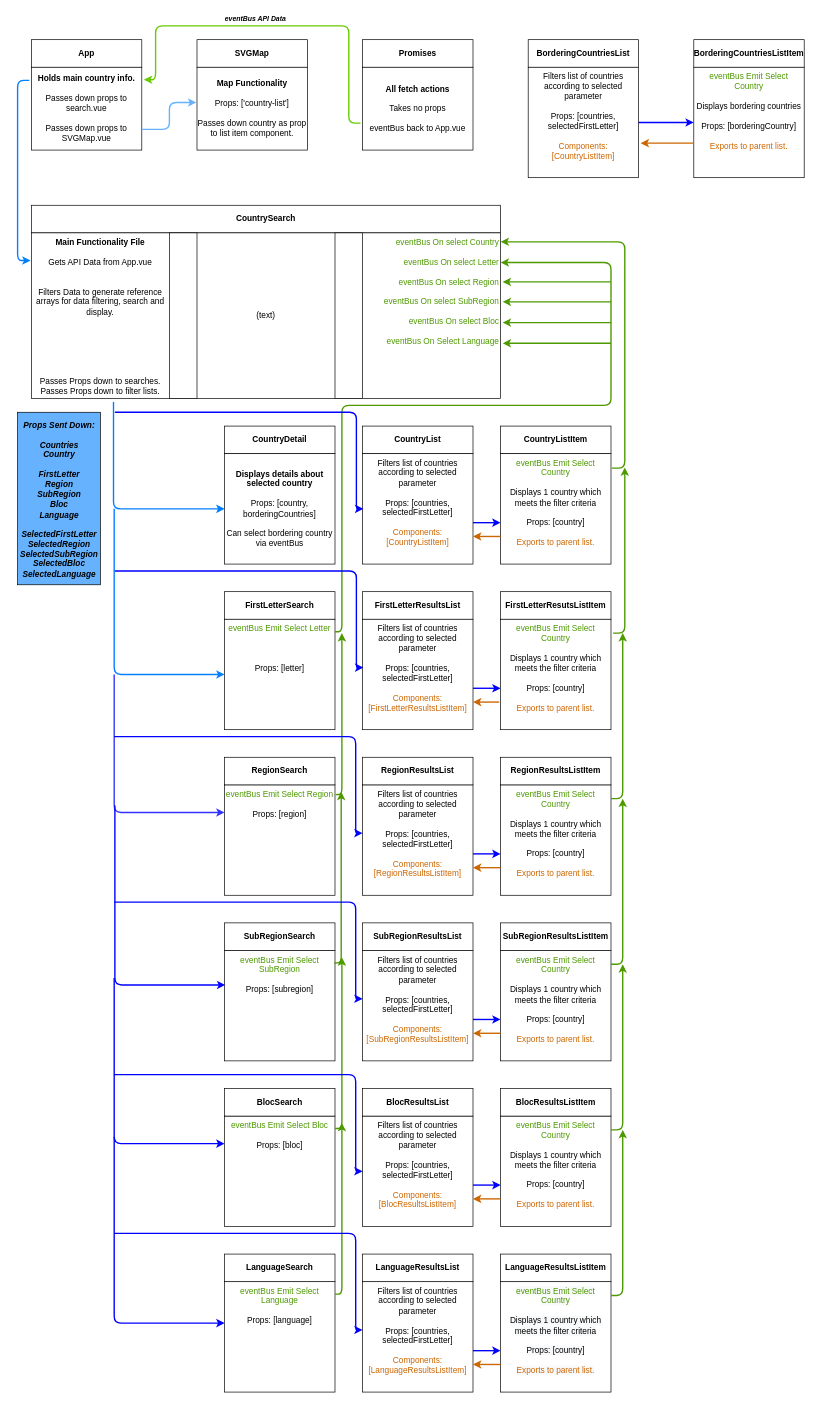
This is Untitled Diagram.drawio from mjmccoach/geoexplorers, a draw.io file, before an edit. Source tidied: cells renumbered, new cells numbered last; positions are measured from the earlier drawing's top-left corner, leaving out a move shared by most shapes. Both pictures are drawn from the tidied source at 69%, with x=0, y=0 at pixel (17, 12).
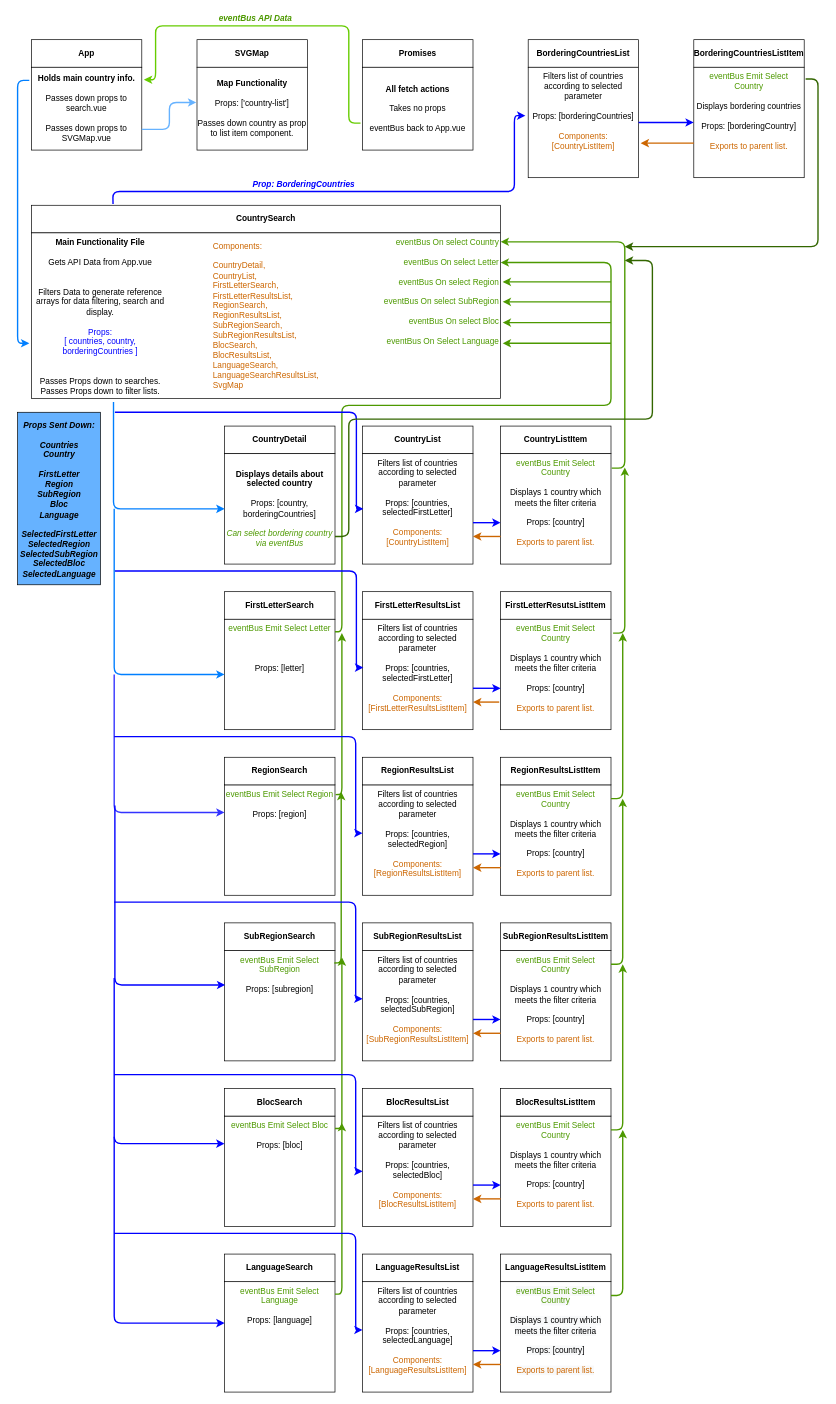
Above is the later version.

Unchanged cells that the change refers to:
```xml
<mxCell id="15" value="&lt;b&gt;Holds main country info.&lt;br&gt;&lt;/b&gt;&lt;br&gt;Passes down props to search.vue&lt;br&gt;&lt;br&gt;Passes down props to SVGMap.vue" style="text;html=1;strokeColor=none;fillColor=none;align=center;verticalAlign=middle;whiteSpace=wrap;rounded=0;" parent="1" vertex="1">
  <mxGeometry x="20" y="80" width="160" height="120" as="geometry" />
</mxCell>
<mxCell id="16" value="&lt;b&gt;Map Functionality&lt;br&gt;&lt;/b&gt;&lt;br&gt;Props: ['country-list']&lt;br&gt;&lt;br&gt;Passes down country as prop to list item component." style="text;html=1;strokeColor=none;fillColor=none;align=center;verticalAlign=middle;whiteSpace=wrap;rounded=0;" parent="1" vertex="1">
  <mxGeometry x="260" y="80" width="160" height="120" as="geometry" />
</mxCell>
<mxCell id="19" value="&lt;b&gt;CountrySearch&lt;/b&gt;" style="text;html=1;strokeColor=none;fillColor=none;align=center;verticalAlign=middle;whiteSpace=wrap;rounded=0;" parent="1" vertex="1">
  <mxGeometry x="20" y="280" width="680" height="40" as="geometry" />
</mxCell>
<mxCell id="72" value="&lt;span style=&quot;font-family: &amp;#34;helvetica&amp;#34; ; color: rgb(77 , 153 , 0)&quot;&gt;eventBus Emit Select Country&lt;br&gt;&lt;/span&gt;&lt;span style=&quot;font-family: &amp;#34;helvetica&amp;#34;&quot;&gt;&lt;br&gt;Displays bordering countries&lt;br&gt;&lt;br&gt;Props: [borderingCountry]&lt;br&gt;&lt;br&gt;&lt;font color=&quot;#cc6600&quot;&gt;Exports to parent list.&lt;/font&gt;&lt;/span&gt;" style="rounded=0;whiteSpace=wrap;html=1;verticalAlign=top;" parent="1" vertex="1">
  <mxGeometry x="980" y="80" width="160" height="160" as="geometry" />
</mxCell>
```

Change to the diagram source:
```diff
@@
-    <mxCell id="5" value="(text)" style="rounded=0;whiteSpace=wrap;html=1;" parent="1" vertex="1">
+    <mxCell id="5" value="&lt;div style=&quot;text-align: left&quot;&gt;&lt;div&gt;&lt;font color=&quot;#cc6600&quot;&gt;Components:&lt;/font&gt;&lt;/div&gt;&lt;div&gt;&lt;font color=&quot;#cc6600&quot;&gt;&lt;br&gt;&lt;/font&gt;&lt;/div&gt;&lt;div&gt;&lt;font color=&quot;#cc6600&quot;&gt;CountryDetail,&lt;/font&gt;&lt;/div&gt;&lt;div&gt;&lt;font color=&quot;#cc6600&quot;&gt;CountryList,&lt;/font&gt;&lt;/div&gt;&lt;div&gt;&lt;font color=&quot;#cc6600&quot;&gt;FirstLetterSearch,&lt;/font&gt;&lt;/div&gt;&lt;div&gt;&lt;font color=&quot;#cc6600&quot;&gt;FirstLetterResultsList,&lt;/font&gt;&lt;/div&gt;&lt;div&gt;&lt;font color=&quot;#cc6600&quot;&gt;RegionSearch,&lt;/font&gt;&lt;/div&gt;&lt;div&gt;&lt;font color=&quot;#cc6600&quot;&gt;RegionResultsList,&lt;/font&gt;&lt;/div&gt;&lt;div&gt;&lt;font color=&quot;#cc6600&quot;&gt;SubRegionSearch,&lt;/font&gt;&lt;/div&gt;&lt;div&gt;&lt;font color=&quot;#cc6600&quot;&gt;SubRegionResultsList,&lt;/font&gt;&lt;/div&gt;&lt;div&gt;&lt;font color=&quot;#cc6600&quot;&gt;BlocSearch,&lt;/font&gt;&lt;/div&gt;&lt;div&gt;&lt;font color=&quot;#cc6600&quot;&gt;BlocResultsList,&lt;/font&gt;&lt;/div&gt;&lt;div&gt;&lt;font color=&quot;#cc6600&quot;&gt;LanguageSearch,&lt;/font&gt;&lt;/div&gt;&lt;div&gt;&lt;font color=&quot;#cc6600&quot;&gt;LanguageSearchResultsList,&lt;/font&gt;&lt;/div&gt;&lt;div&gt;&lt;font color=&quot;#cc6600&quot;&gt;SvgMap&lt;/font&gt;&lt;/div&gt;&lt;/div&gt;" style="rounded=0;whiteSpace=wrap;html=1;" parent="1" vertex="1">
       <mxGeometry x="20" y="320" width="680" height="240" as="geometry" />
     </mxCell>
@@
-    <mxCell id="13" value="&lt;i&gt;&lt;font style=&quot;font-size: 10px&quot;&gt;eventBus API Data&lt;/font&gt;&lt;/i&gt;" style="text;html=1;strokeColor=none;fillColor=none;align=center;verticalAlign=middle;whiteSpace=wrap;rounded=0;fontStyle=1;" parent="1" vertex="1">
+    <mxCell id="13" value="&lt;i&gt;&lt;font style=&quot;font-size: 12px&quot; color=&quot;#4d9900&quot;&gt;eventBus API Data&lt;/font&gt;&lt;/i&gt;" style="text;html=1;strokeColor=none;fillColor=none;align=center;verticalAlign=middle;whiteSpace=wrap;rounded=0;fontStyle=1;" parent="1" vertex="1">
       <mxGeometry x="290" width="110" height="20" as="geometry" />
     </mxCell>
@@
-    <mxCell id="18" style="endArrow=classic;html=1;exitX=1;exitY=0.75;exitDx=0;exitDy=0;strokeWidth=2;strokeColor=#66B2FF;entryX=-0.006;entryY=0.425;entryDx=0;entryDy=0;entryPerimeter=0;" parent="1" edge="1" source="15" target="16">
+    <mxCell id="18" style="endArrow=classic;html=1;exitX=1;exitY=0.75;exitDx=0;exitDy=0;strokeWidth=2;strokeColor=#66B2FF;entryX=-0.006;entryY=0.425;entryDx=0;entryDy=0;entryPerimeter=0;fontColor=#0000FF;" parent="1" edge="1" source="15" target="16">
       <mxGeometry relative="1" as="geometry">
         <Array as="points">
           <mxPoint x="220" y="170" />
           <mxPoint x="220" y="131" />
         </Array>
       </mxGeometry>
     </mxCell>
@@
-    <mxCell id="20" value="&lt;b&gt;Main Functionality File&lt;/b&gt;&lt;br&gt;&lt;br&gt;Gets API Data from App.vue&lt;br&gt;&lt;br&gt;&lt;br&gt;Filters Data to generate reference arrays for data filtering, search and display.&lt;br&gt;&lt;br&gt;&lt;br&gt;&lt;br&gt;&lt;br&gt;&lt;br&gt;&lt;br&gt;Passes Props down to searches.&lt;br&gt;Passes Props down to filter lists." style="text;html=1;strokeColor=none;fillColor=none;align=center;verticalAlign=top;whiteSpace=wrap;rounded=0;" parent="1" vertex="1">
+    <mxCell id="20" value="&lt;b&gt;Main Functionality File&lt;/b&gt;&lt;br&gt;&lt;br&gt;Gets API Data from App.vue&lt;br&gt;&lt;br&gt;&lt;br&gt;Filters Data to generate reference arrays for data filtering, search and display.&lt;br&gt;&lt;br&gt;&lt;font color=&quot;#0000ff&quot;&gt;Props:&lt;br&gt;[ countries, country, borderingCountries ]&lt;/font&gt;&lt;br&gt;&lt;br&gt;&lt;br&gt;Passes Props down to searches.&lt;br&gt;Passes Props down to filter lists." style="text;html=1;strokeColor=none;fillColor=none;align=center;verticalAlign=top;whiteSpace=wrap;rounded=0;" parent="1" vertex="1">
       <mxGeometry x="20" y="320" width="200" height="240" as="geometry" />
     </mxCell>
-    <mxCell id="21" style="rounded=0;whiteSpace=wrap;html=1;" parent="1" vertex="1">
-      <mxGeometry x="220" y="320" width="40" height="240" as="geometry" />
-    </mxCell>
-    <mxCell id="22" style="endArrow=none;html=1;entryX=-0.019;entryY=0.158;entryDx=0;entryDy=0;entryPerimeter=0;exitX=-0.006;exitY=0.167;exitDx=0;exitDy=0;exitPerimeter=0;endFill=0;startArrow=classic;startFill=1;strokeWidth=2;strokeColor=#007FFF;" parent="1" edge="1" source="20" target="15">
+    <mxCell id="22" style="endArrow=none;html=1;entryX=-0.019;entryY=0.158;entryDx=0;entryDy=0;entryPerimeter=0;endFill=0;startArrow=classic;startFill=1;strokeWidth=2;strokeColor=#007FFF;" parent="1" edge="1" target="15">
       <mxGeometry relative="1" as="geometry">
+        <mxPoint x="17" y="480" as="sourcePoint" />
         <Array as="points">
-          <mxPoint y="360" />
+          <mxPoint y="480" />
           <mxPoint y="99" />
         </Array>
       </mxGeometry>
     </mxCell>
@@
-    <mxCell id="33" value="Filters list of countries according to selected parameter&lt;br&gt;&lt;br&gt;&lt;span&gt;Props: [countries, selectedFirstLetter]&lt;br&gt;&lt;br&gt;&lt;/span&gt;&lt;font color=&quot;#cc6600&quot;&gt;Components: [RegionResultsListItem]&lt;/font&gt;&lt;span&gt;&lt;br&gt;&lt;/span&gt;" style="rounded=0;whiteSpace=wrap;html=1;verticalAlign=top;" parent="1" vertex="1">
+    <mxCell id="33" value="Filters list of countries according to selected parameter&lt;br&gt;&lt;br&gt;&lt;span&gt;Props: [countries, selectedRegion]&lt;br&gt;&lt;br&gt;&lt;/span&gt;&lt;font color=&quot;#cc6600&quot;&gt;Components: [RegionResultsListItem]&lt;/font&gt;&lt;span&gt;&lt;br&gt;&lt;/span&gt;" style="rounded=0;whiteSpace=wrap;html=1;verticalAlign=top;" parent="1" vertex="1">
       <mxGeometry x="500" y="1120" width="160" height="160" as="geometry" />
     </mxCell>
@@
-    <mxCell id="42" value="Filters list of countries according to selected parameter&lt;br&gt;&lt;br&gt;&lt;span&gt;Props: [countries, selectedFirstLetter]&lt;br&gt;&lt;br&gt;&lt;/span&gt;&lt;font color=&quot;#cc6600&quot;&gt;Components: [SubRegionResultsListItem]&lt;/font&gt;&lt;span&gt;&lt;br&gt;&lt;/span&gt;" style="rounded=0;whiteSpace=wrap;html=1;verticalAlign=top;" parent="1" vertex="1">
+    <mxCell id="42" value="Filters list of countries according to selected parameter&lt;br&gt;&lt;br&gt;&lt;span&gt;Props: [countries, selectedSubRegion]&lt;br&gt;&lt;br&gt;&lt;/span&gt;&lt;font color=&quot;#cc6600&quot;&gt;Components: [SubRegionResultsListItem]&lt;/font&gt;&lt;span&gt;&lt;br&gt;&lt;/span&gt;" style="rounded=0;whiteSpace=wrap;html=1;verticalAlign=top;" parent="1" vertex="1">
       <mxGeometry x="500" y="1360" width="160" height="160" as="geometry" />
     </mxCell>
@@
-    <mxCell id="46" value="Filters list of countries according to selected parameter&lt;br&gt;&lt;br&gt;&lt;span&gt;Props: [countries, selectedFirstLetter]&lt;br&gt;&lt;br&gt;&lt;/span&gt;&lt;font color=&quot;#cc6600&quot;&gt;Components: [BlocResultsListItem]&lt;/font&gt;&lt;span&gt;&lt;br&gt;&lt;/span&gt;" style="rounded=0;whiteSpace=wrap;html=1;verticalAlign=top;" parent="1" vertex="1">
+    <mxCell id="46" value="Filters list of countries according to selected parameter&lt;br&gt;&lt;br&gt;&lt;span&gt;Props: [countries, selectedBloc]&lt;br&gt;&lt;br&gt;&lt;/span&gt;&lt;font color=&quot;#cc6600&quot;&gt;Components: [BlocResultsListItem]&lt;/font&gt;&lt;span&gt;&lt;br&gt;&lt;/span&gt;" style="rounded=0;whiteSpace=wrap;html=1;verticalAlign=top;" parent="1" vertex="1">
       <mxGeometry x="500" y="1600" width="160" height="160" as="geometry" />
     </mxCell>
@@
-    <mxCell id="60" value="Filters list of countries according to selected parameter&lt;span&gt;&lt;br&gt;&lt;br&gt;Props: [countries, selectedFirstLetter]&lt;br&gt;&lt;br&gt;&lt;/span&gt;&lt;font color=&quot;#cc6600&quot;&gt;Components: [LanguageResultsListItem]&lt;/font&gt;&lt;span&gt;&lt;br&gt;&lt;/span&gt;" style="rounded=0;whiteSpace=wrap;html=1;verticalAlign=top;" parent="1" vertex="1">
+    <mxCell id="60" value="Filters list of countries according to selected parameter&lt;span&gt;&lt;br&gt;&lt;br&gt;Props: [countries, selectedLanguage]&lt;br&gt;&lt;br&gt;&lt;/span&gt;&lt;font color=&quot;#cc6600&quot;&gt;Components: [LanguageResultsListItem]&lt;/font&gt;&lt;span&gt;&lt;br&gt;&lt;/span&gt;" style="rounded=0;whiteSpace=wrap;html=1;verticalAlign=top;" parent="1" vertex="1">
       <mxGeometry x="500" y="1840" width="160" height="160" as="geometry" />
     </mxCell>
@@
-    <mxCell id="69" value="Filters list of countries according to selected parameter&lt;br&gt;&lt;br&gt;Props: [countries, selectedFirstLetter]&lt;br&gt;&lt;br&gt;&lt;font color=&quot;#cc6600&quot;&gt;Components: [CountryListItem]&lt;/font&gt;" style="rounded=0;whiteSpace=wrap;html=1;verticalAlign=top;" parent="1" vertex="1">
+    <mxCell id="69" value="Filters list of countries according to selected parameter&lt;br&gt;&lt;br&gt;Props: [borderingCountries]&lt;br&gt;&lt;br&gt;&lt;font color=&quot;#cc6600&quot;&gt;Components: [CountryListItem]&lt;/font&gt;" style="rounded=0;whiteSpace=wrap;html=1;verticalAlign=top;" parent="1" vertex="1">
       <mxGeometry x="740" y="80" width="160" height="160" as="geometry" />
     </mxCell>
@@
-    <mxCell id="83" value="&lt;b&gt;Displays details about selected country&lt;br&gt;&lt;/b&gt;&lt;br&gt;Props: [country, borderingCountries]&lt;br&gt;&lt;br&gt;Can select bordering country via eventBus" style="text;html=1;strokeColor=none;fillColor=none;align=center;verticalAlign=middle;whiteSpace=wrap;rounded=0;" parent="1" vertex="1">
+    <mxCell id="83" value="&lt;b&gt;Displays details about selected country&lt;br&gt;&lt;/b&gt;&lt;br&gt;Props: [country, borderingCountries]&lt;br&gt;&lt;br&gt;&lt;i&gt;&lt;font color=&quot;#4d9900&quot;&gt;Can select bordering country via eventBus&lt;/font&gt;&lt;/i&gt;" style="text;html=1;strokeColor=none;fillColor=none;align=center;verticalAlign=middle;whiteSpace=wrap;rounded=0;" parent="1" vertex="1">
       <mxGeometry x="300" y="640" width="160" height="160" as="geometry" />
     </mxCell>
-    <mxCell id="84" style="rounded=0;whiteSpace=wrap;html=1;" parent="1" vertex="1">
-      <mxGeometry x="460" y="320" width="40" height="240" as="geometry" />
-    </mxCell>
@@
+    <mxCell id="129" style="endArrow=classic;html=1;strokeWidth=2;exitX=1;exitY=0.75;exitDx=0;exitDy=0;strokeColor=#336600;" parent="1" edge="1" source="83">
+      <mxGeometry relative="1" as="geometry">
+        <mxPoint x="880" y="360" as="targetPoint" />
+        <Array as="points">
+          <mxPoint x="480" y="760" />
+          <mxPoint x="480" y="590" />
+          <mxPoint x="920" y="590" />
+          <mxPoint x="920" y="360" />
+        </Array>
+      </mxGeometry>
+    </mxCell>
+    <mxCell id="130" style="endArrow=classic;html=1;strokeWidth=2;fontColor=#000000;exitX=1.013;exitY=0.106;exitDx=0;exitDy=0;exitPerimeter=0;strokeColor=#336600;" parent="1" edge="1" source="72">
+      <mxGeometry relative="1" as="geometry">
+        <mxPoint x="880" y="340" as="targetPoint" />
+        <Array as="points">
+          <mxPoint x="1160" y="97" />
+          <mxPoint x="1160" y="340" />
+        </Array>
+      </mxGeometry>
+    </mxCell>
+    <mxCell id="131" style="endArrow=classic;html=1;strokeWidth=2;fontColor=#000000;entryX=-0.025;entryY=0.438;entryDx=0;entryDy=0;entryPerimeter=0;exitX=0.174;exitY=-0.05;exitDx=0;exitDy=0;exitPerimeter=0;strokeColor=#0000FF;" parent="1" edge="1" source="19" target="69">
+      <mxGeometry relative="1" as="geometry">
+        <Array as="points">
+          <mxPoint x="138" y="260" />
+          <mxPoint x="720" y="260" />
+          <mxPoint x="720" y="150" />
+        </Array>
+      </mxGeometry>
+    </mxCell>
+    <mxCell id="132" value="&lt;i&gt;&lt;b&gt;&lt;font color=&quot;#0000ff&quot;&gt;Prop: BorderingCountries&lt;br&gt;&lt;/font&gt;&lt;/b&gt;&lt;/i&gt;" style="text;html=1;strokeColor=none;fillColor=none;align=center;verticalAlign=middle;whiteSpace=wrap;rounded=0;fontColor=#000000;" parent="1" vertex="1">
+      <mxGeometry x="330" y="240" width="170" height="20" as="geometry" />
+    </mxCell>
```
